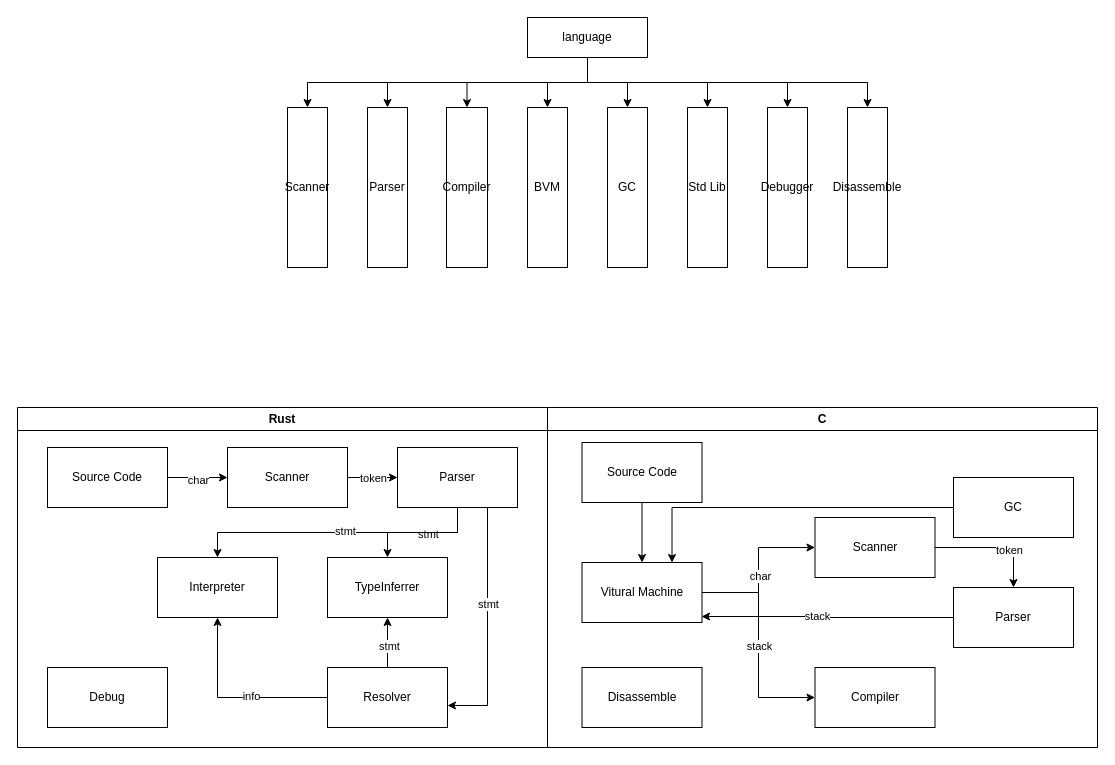
Earlier version of the draw.io diagram func_block.drawio (Redskaber/Joker). Source tidied: cells renumbered, new cells numbered last; positions are measured from the earlier drawing's top-left corner, leaving out a move shared by most shapes. Both pictures are drawn from the tidied source at 100%, with x=0, y=0 at pixel (17, 17).
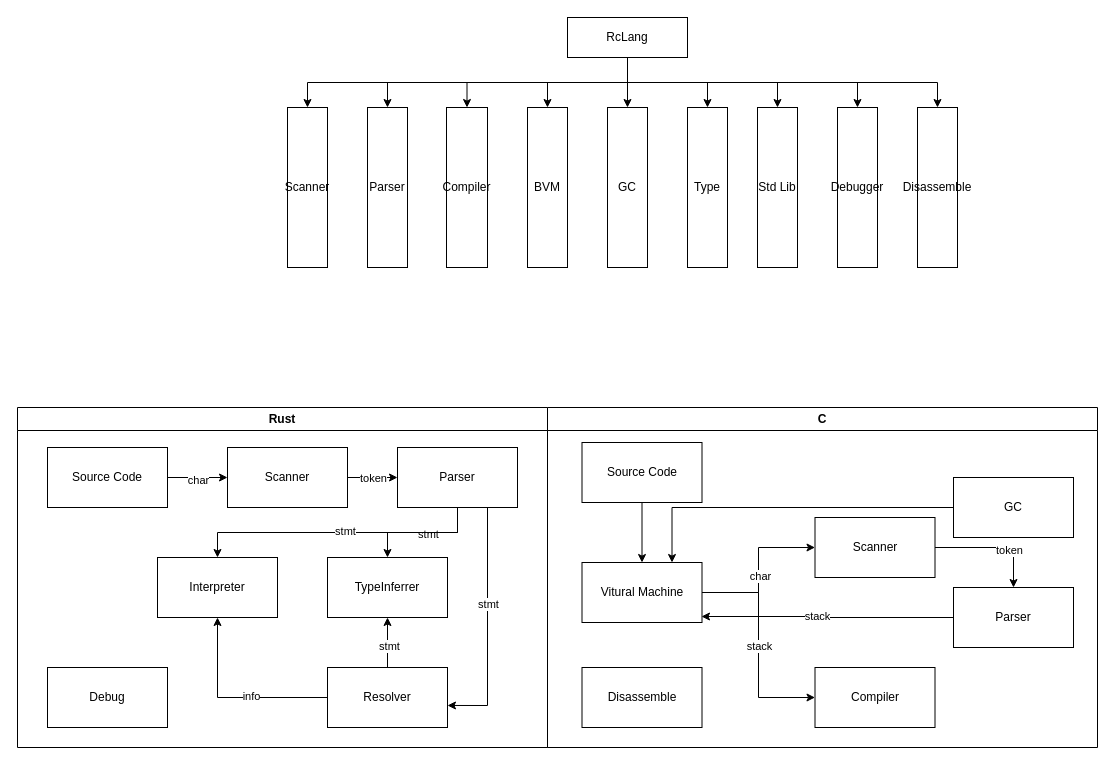
The same diagram, later.

Change to the diagram source:
```diff
@@
     <mxCell id="5" value="Std Lib" style="rounded=0;whiteSpace=wrap;html=1;" parent="1" vertex="1">
-      <mxGeometry x="670" y="90" width="40" height="160" as="geometry" />
+      <mxGeometry x="740" y="90" width="40" height="160" as="geometry" />
     </mxCell>
@@
     <mxCell id="7" value="Debugger" style="rounded=0;whiteSpace=wrap;html=1;" parent="1" vertex="1">
-      <mxGeometry x="750" y="90" width="40" height="160" as="geometry" />
+      <mxGeometry x="820" y="90" width="40" height="160" as="geometry" />
     </mxCell>
@@
+    <mxCell id="59" style="edgeStyle=orthogonalEdgeStyle;rounded=0;jettySize=auto;html=1;exitX=0.5;exitY=1;exitDx=0;exitDy=0;entryX=0.5;entryY=0;entryDx=0;entryDy=0;" parent="1" edge="1" source="57" target="60">
+      <mxGeometry relative="1" as="geometry" />
+    </mxCell>
-    <mxCell id="57" value="language" style="rounded=0;whiteSpace=wrap;html=1;" parent="1" vertex="1">
-      <mxGeometry x="510" width="120" height="40" as="geometry" />
+    <mxCell id="57" value="RcLang" style="rounded=0;whiteSpace=wrap;html=1;" parent="1" vertex="1">
+      <mxGeometry x="550" width="120" height="40" as="geometry" />
     </mxCell>
     <mxCell id="58" value="Disassemble" style="whiteSpace=wrap;html=1;" parent="1" vertex="1">
-      <mxGeometry x="830" y="90" width="40" height="160" as="geometry" />
+      <mxGeometry x="900" y="90" width="40" height="160" as="geometry" />
     </mxCell>
+    <mxCell id="60" value="Type" style="whiteSpace=wrap;html=1;" parent="1" vertex="1">
+      <mxGeometry x="670" y="90" width="40" height="160" as="geometry" />
+    </mxCell>
```
